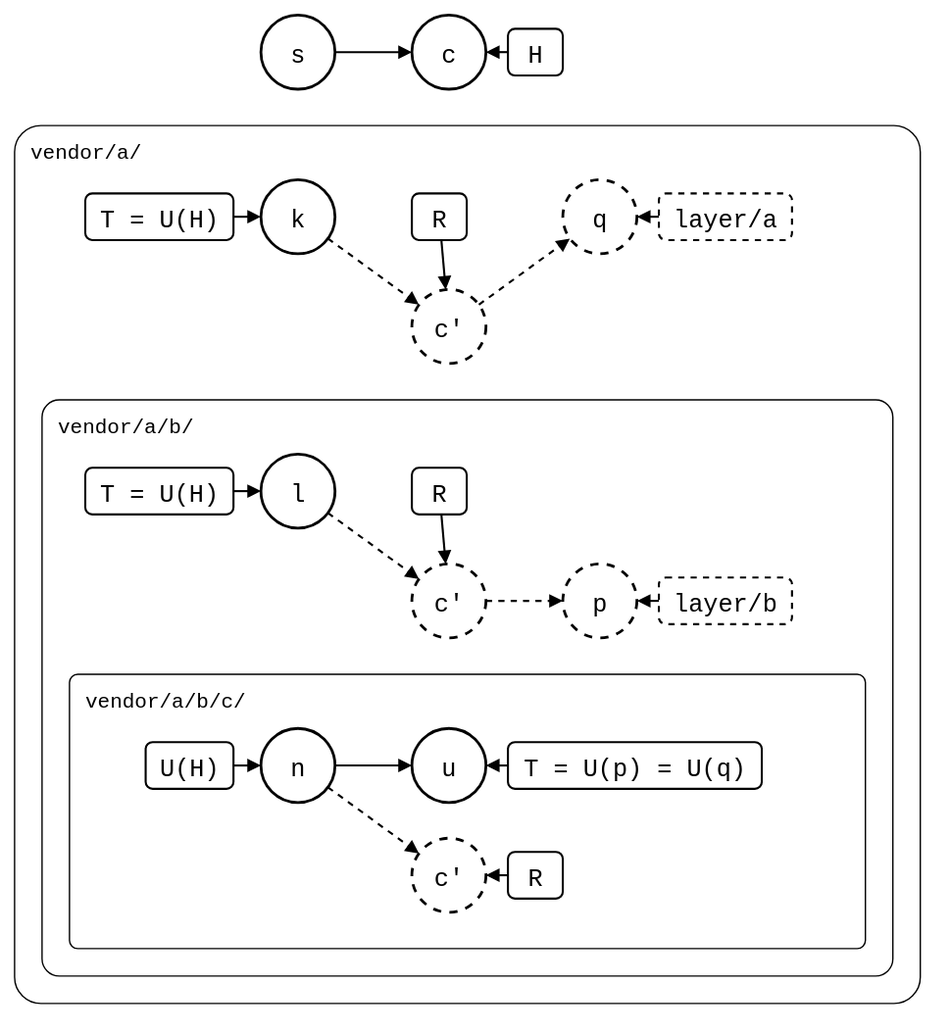
Above: docs/09-scenarios/05-nested-splices/01-nested-splices/02-three-levels/levels-merged-into-a.drawio.svg in roschaefer/git-splice (draw.io), before the change. Source tidied: cells renumbered, new cells last; positions are measured from the earlier drawing's top-left corner, leaving out a move shared by most shapes.
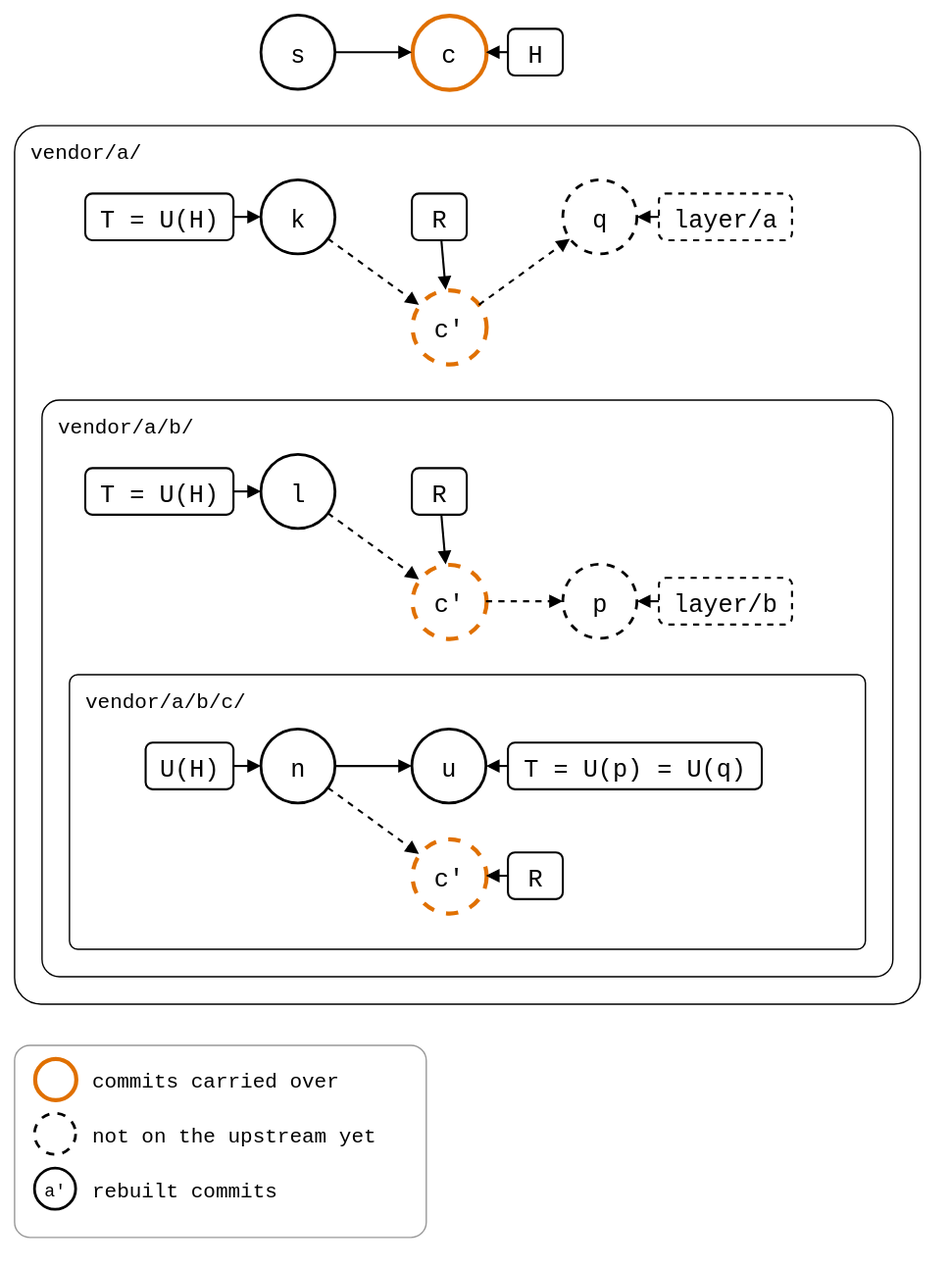
Above is the later version.

The edit, as a diff of the source:
```diff
@@ -14,7 +14,7 @@
     <mxCell id="5" value="s" style="ellipse;strokeWidth=2;fontSize=18;fontFamily=Roboto Mono,monospace;" parent="1" vertex="1">
       <mxGeometry x="180" width="54" height="54" as="geometry" />
     </mxCell>
-    <mxCell id="6" value="c" style="ellipse;strokeWidth=2;fontSize=18;fontFamily=Roboto Mono,monospace;" parent="1" vertex="1">
+    <mxCell id="6" value="c" style="ellipse;strokeWidth=2;fontSize=18;fontFamily=Roboto Mono,monospace;strokeColor=#E07000;strokeWidth=3;" parent="1" vertex="1">
       <mxGeometry x="290" width="54" height="54" as="geometry" />
     </mxCell>
     <mxCell id="7" style="endArrow=block;endFill=1;html=1;strokeWidth=1.5;rounded=0;" parent="1" edge="1" source="5" target="6">
@@ -29,7 +29,7 @@
     <mxCell id="10" value="k" style="ellipse;strokeWidth=2;fontSize=18;fontFamily=Roboto Mono,monospace;" parent="1" vertex="1">
       <mxGeometry x="180" y="120" width="54" height="54" as="geometry" />
     </mxCell>
-    <mxCell id="11" value="c'" style="ellipse;strokeWidth=2;fontSize=18;fontFamily=Roboto Mono,monospace;dashed=1;" parent="1" vertex="1">
+    <mxCell id="11" value="c'" style="ellipse;strokeWidth=2;fontSize=18;fontFamily=Roboto Mono,monospace;dashed=1;strokeColor=#E07000;strokeWidth=3;" parent="1" vertex="1">
       <mxGeometry x="290" y="200" width="54" height="54" as="geometry" />
     </mxCell>
     <mxCell id="12" style="endArrow=block;endFill=1;html=1;strokeWidth=1.5;rounded=0;dashed=1;" parent="1" edge="1" source="10" target="11">
@@ -38,7 +38,7 @@
     <mxCell id="13" value="l" style="ellipse;strokeWidth=2;fontSize=18;fontFamily=Roboto Mono,monospace;" parent="1" vertex="1">
       <mxGeometry x="180" y="320" width="54" height="54" as="geometry" />
     </mxCell>
-    <mxCell id="14" value="c'" style="ellipse;strokeWidth=2;fontSize=18;fontFamily=Roboto Mono,monospace;dashed=1;" parent="1" vertex="1">
+    <mxCell id="14" value="c'" style="ellipse;strokeWidth=2;fontSize=18;fontFamily=Roboto Mono,monospace;dashed=1;strokeColor=#E07000;strokeWidth=3;" parent="1" vertex="1">
       <mxGeometry x="290" y="400" width="54" height="54" as="geometry" />
     </mxCell>
     <mxCell id="15" style="endArrow=block;endFill=1;html=1;strokeWidth=1.5;rounded=0;dashed=1;" parent="1" edge="1" source="13" target="14">
@@ -53,7 +53,7 @@
     <mxCell id="18" style="endArrow=block;endFill=1;html=1;strokeWidth=1.5;rounded=0;" parent="1" edge="1" source="16" target="17">
       <mxGeometry relative="1" as="geometry" />
     </mxCell>
-    <mxCell id="19" value="c'" style="ellipse;strokeWidth=2;fontSize=18;fontFamily=Roboto Mono,monospace;dashed=1;" parent="1" vertex="1">
+    <mxCell id="19" value="c'" style="ellipse;strokeWidth=2;fontSize=18;fontFamily=Roboto Mono,monospace;dashed=1;strokeColor=#E07000;strokeWidth=3;" parent="1" vertex="1">
       <mxGeometry x="290" y="600" width="54" height="54" as="geometry" />
     </mxCell>
     <mxCell id="20" style="endArrow=block;endFill=1;html=1;strokeWidth=1.5;rounded=0;dashed=1;" parent="1" edge="1" source="16" target="19">
@@ -125,5 +125,26 @@
     <mxCell id="42" style="endArrow=block;endFill=1;html=1;strokeWidth=1.5;rounded=0;" parent="1" edge="1" source="41" target="19">
       <mxGeometry relative="1" as="geometry" />
     </mxCell>
+    <mxCell id="43" style="rounded=1;arcSize=8;fillColor=none;strokeColor=#999999;strokeWidth=1;legend=1;" parent="1" vertex="1">
+      <mxGeometry y="750" width="300" height="140" as="geometry" />
+    </mxCell>
+    <mxCell id="44" style="ellipse;fontSize=13;fontFamily=Roboto Mono,monospace;strokeWidth=2;strokeColor=#E07000;strokeWidth=3;" parent="43" vertex="1">
+      <mxGeometry x="15" y="10" width="30" height="30" as="geometry" />
+    </mxCell>
+    <mxCell id="45" value="commits carried over" style="text;align=left;verticalAlign=middle;fontSize=15;fontFamily=Roboto Mono,monospace;" parent="43" vertex="1">
+      <mxGeometry x="55" y="10" width="240" height="30" as="geometry" />
+    </mxCell>
+    <mxCell id="46" style="ellipse;fontSize=13;fontFamily=Roboto Mono,monospace;strokeWidth=2;dashed=1;" parent="43" vertex="1">
+      <mxGeometry x="15" y="50" width="30" height="30" as="geometry" />
+    </mxCell>
+    <mxCell id="47" value="not on the upstream yet" style="text;align=left;verticalAlign=middle;fontSize=15;fontFamily=Roboto Mono,monospace;" parent="43" vertex="1">
+      <mxGeometry x="55" y="50" width="240" height="30" as="geometry" />
+    </mxCell>
+    <mxCell id="48" value="a'" style="ellipse;fontSize=13;fontFamily=Roboto Mono,monospace;strokeWidth=2;" parent="43" vertex="1">
+      <mxGeometry x="15" y="90" width="30" height="30" as="geometry" />
+    </mxCell>
+    <mxCell id="49" value="rebuilt commits" style="text;align=left;verticalAlign=middle;fontSize=15;fontFamily=Roboto Mono,monospace;" parent="43" vertex="1">
+      <mxGeometry x="55" y="90" width="240" height="30" as="geometry" />
+    </mxCell>
   </root>
 </mxGraphModel>
```
